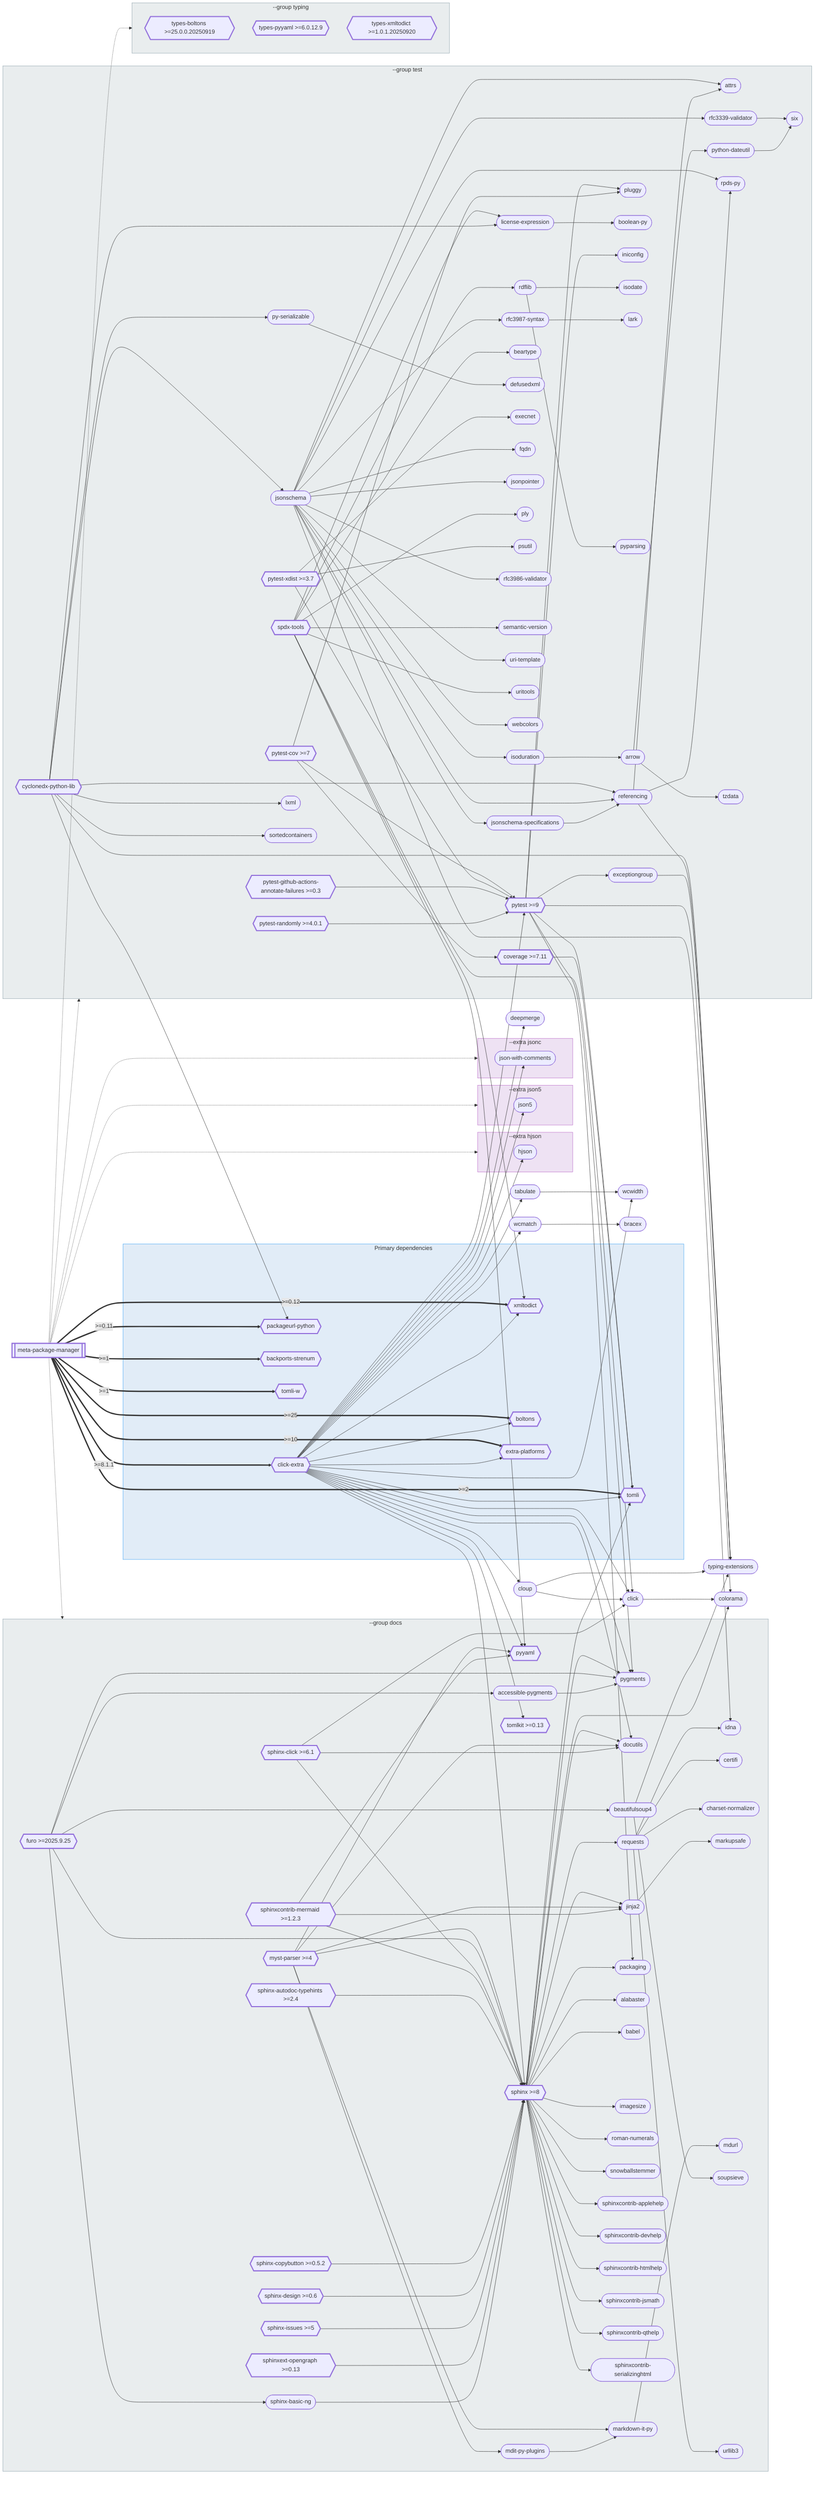
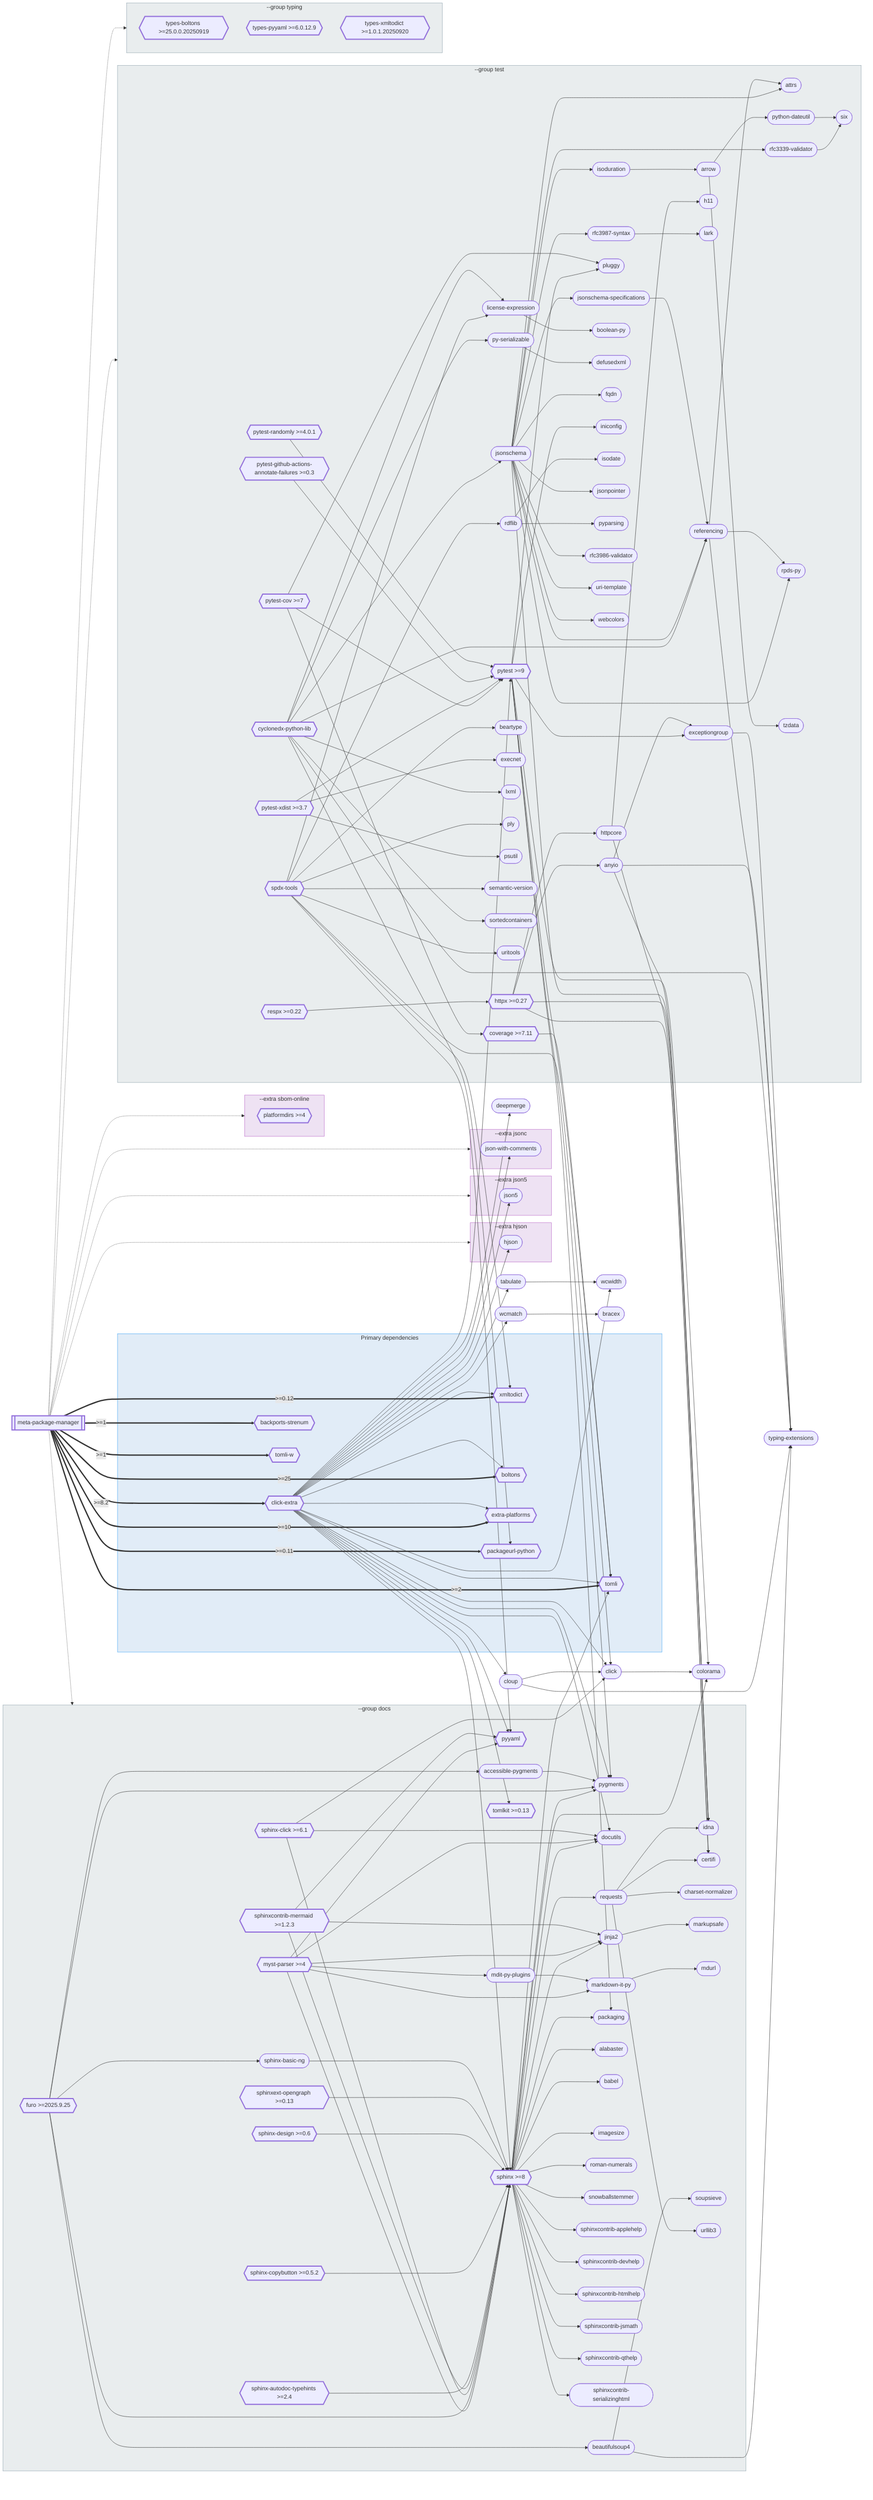
flowchart LR
    meta_package_manager[["`meta-package-manager`"]]

    subgraph primary-deps [Primary dependencies]
        click_extra{{"`click-extra`"}}
        tomli{{"`tomli`"}}
        xmltodict{{"`xmltodict`"}}
        boltons{{"`boltons`"}}
        extra_platforms{{"`extra-platforms`"}}
        packageurl_python{{"`packageurl-python`"}}
        backports_strenum{{"`backports-strenum`"}}
        tomli_w{{"`tomli-w`"}}
    end

+     typing_extensions(["`typing-extensions`"])
    click_0(["`click`"])
-     typing_extensions(["`typing-extensions`"])
    cloup(["`cloup`"])
    colorama(["`colorama`"])
    tabulate(["`tabulate`"])
    wcmatch(["`wcmatch`"])
    wcwidth(["`wcwidth`"])
    bracex(["`bracex`"])
    deepmerge(["`deepmerge`"])

    subgraph ext_hjson [--extra hjson]
        hjson(["`hjson`"])
    end

    subgraph ext_json5 [--extra json5]
        json5(["`json5`"])
    end

    subgraph ext_jsonc [--extra jsonc]
        json_with_comments(["`json-with-comments`"])
+     end
+ 
+     subgraph ext_sbom-online [--extra sbom-online]
+         platformdirs{{"`platformdirs >=4`"}}
    end

    subgraph grp_docs [--group docs]
        sphinx{{"`sphinx >=8`"}}
        myst_parser{{"`myst-parser >=4`"}}
        furo{{"`furo >=2025.9.25`"}}
        pygments(["`pygments`"])
        pyyaml{{"`pyyaml`"}}
        requests(["`requests`"])
        docutils(["`docutils`"])
+         idna(["`idna`"])
        jinja2(["`jinja2`"])
        sphinx_click{{"`sphinx-click >=6.1`"}}
        sphinxcontrib_mermaid{{"`sphinxcontrib-mermaid >=1.2.3`"}}
        beautifulsoup4(["`beautifulsoup4`"])
+         certifi(["`certifi`"])
        markdown_it_py(["`markdown-it-py`"])
        accessible_pygments(["`accessible-pygments`"])
-         idna(["`idna`"])
        mdit_py_plugins(["`mdit-py-plugins`"])
        packaging(["`packaging`"])
        sphinx_autodoc_typehints{{"`sphinx-autodoc-typehints >=2.4`"}}
        sphinx_basic_ng(["`sphinx-basic-ng`"])
        sphinx_copybutton{{"`sphinx-copybutton >=0.5.2`"}}
        sphinx_design{{"`sphinx-design >=0.6`"}}
-         sphinx_issues{{"`sphinx-issues >=5`"}}
        sphinxext_opengraph{{"`sphinxext-opengraph >=0.13`"}}
        tomlkit{{"`tomlkit >=0.13`"}}
        alabaster(["`alabaster`"])
        babel(["`babel`"])
-         certifi(["`certifi`"])
        charset_normalizer(["`charset-normalizer`"])
        imagesize(["`imagesize`"])
        markupsafe(["`markupsafe`"])
        mdurl(["`mdurl`"])
        roman_numerals(["`roman-numerals`"])
        snowballstemmer(["`snowballstemmer`"])
        soupsieve(["`soupsieve`"])
        sphinxcontrib_applehelp(["`sphinxcontrib-applehelp`"])
        sphinxcontrib_devhelp(["`sphinxcontrib-devhelp`"])
        sphinxcontrib_htmlhelp(["`sphinxcontrib-htmlhelp`"])
        sphinxcontrib_jsmath(["`sphinxcontrib-jsmath`"])
        sphinxcontrib_qthelp(["`sphinxcontrib-qthelp`"])
        sphinxcontrib_serializinghtml(["`sphinxcontrib-serializinghtml`"])
        urllib3(["`urllib3`"])
    end

    subgraph grp_test [--group test]
        jsonschema(["`jsonschema`"])
        pytest{{"`pytest >=9`"}}
        spdx_tools{{"`spdx-tools`"}}
        cyclonedx_python_lib{{"`cyclonedx-python-lib`"}}
+         httpx{{"`httpx >=0.27`"}}
        referencing(["`referencing`"])
+         anyio(["`anyio`"])
        pytest_cov{{"`pytest-cov >=7`"}}
        pytest_xdist{{"`pytest-xdist >=3.7`"}}
        arrow(["`arrow`"])
        coverage{{"`coverage >=7.11`"}}
+         exceptiongroup(["`exceptiongroup`"])
+         httpcore(["`httpcore`"])
        license_expression(["`license-expression`"])
        rdflib(["`rdflib`"])
        attrs(["`attrs`"])
-         exceptiongroup(["`exceptiongroup`"])
        isoduration(["`isoduration`"])
        jsonschema_specifications(["`jsonschema-specifications`"])
        pluggy(["`pluggy`"])
        py_serializable(["`py-serializable`"])
        pytest_github_actions_annotate_failures{{"`pytest-github-actions-annotate-failures >=0.3`"}}
        pytest_randomly{{"`pytest-randomly >=4.0.1`"}}
        python_dateutil(["`python-dateutil`"])
+         respx{{"`respx >=0.22`"}}
        rfc3339_validator(["`rfc3339-validator`"])
        rfc3987_syntax(["`rfc3987-syntax`"])
        rpds_py(["`rpds-py`"])
        six(["`six`"])
        beartype(["`beartype`"])
        boolean_py(["`boolean-py`"])
        defusedxml(["`defusedxml`"])
        execnet(["`execnet`"])
        fqdn(["`fqdn`"])
+         h11(["`h11`"])
        iniconfig(["`iniconfig`"])
        isodate(["`isodate`"])
        jsonpointer(["`jsonpointer`"])
        lark(["`lark`"])
        lxml(["`lxml`"])
        ply(["`ply`"])
        psutil(["`psutil`"])
        pyparsing(["`pyparsing`"])
        rfc3986_validator(["`rfc3986-validator`"])
        semantic_version(["`semantic-version`"])
        sortedcontainers(["`sortedcontainers`"])
        tzdata(["`tzdata`"])
        uri_template(["`uri-template`"])
        uritools(["`uritools`"])
        webcolors(["`webcolors`"])
    end

    subgraph grp_typing [--group typing]
        types_boltons{{"`types-boltons >=25.0.0.20250919`"}}
        types_pyyaml{{"`types-pyyaml >=6.0.12.9`"}}
        types_xmltodict{{"`types-xmltodict >=1.0.1.20250920`"}}
    end

-     meta_package_manager ==>|" >=8.1.1 "| click_extra
+     meta_package_manager ==>|" >=8.2 "| click_extra
    meta_package_manager ==>|" >=2 "| tomli
    meta_package_manager ==>|" >=0.12 "| xmltodict
    meta_package_manager ==>|" >=25 "| boltons
    meta_package_manager ==>|" >=10 "| extra_platforms
    meta_package_manager ==>|" >=0.11 "| packageurl_python
    meta_package_manager ==>|" >=1 "| backports_strenum
    meta_package_manager ==>|" >=1 "| tomli_w
    sphinx --> pygments
    sphinx --> requests
    sphinx --> tomli
    sphinx --> docutils
    sphinx --> jinja2
    sphinx --> colorama
    sphinx --> packaging
    sphinx --> alabaster
    sphinx --> babel
    sphinx --> imagesize
    sphinx --> roman_numerals
    sphinx --> snowballstemmer
    sphinx --> sphinxcontrib_applehelp
    sphinx --> sphinxcontrib_devhelp
    sphinx --> sphinxcontrib_htmlhelp
    sphinx --> sphinxcontrib_jsmath
    sphinx --> sphinxcontrib_qthelp
    sphinx --> sphinxcontrib_serializinghtml
    click_extra --> sphinx
    click_extra --> pytest
    click_extra --> click_0
    click_extra --> pygments
    click_extra --> pyyaml
    click_extra --> tomli
    click_extra --> docutils
    click_extra --> cloup
    click_extra --> xmltodict
    click_extra --> boltons
    click_extra --> extra_platforms
    click_extra --> hjson
    click_extra --> json_with_comments
    click_extra --> json5
    click_extra --> tabulate
    click_extra --> tomlkit
    click_extra --> wcmatch
    click_extra --> wcwidth
    click_extra --> deepmerge
    pytest --> pygments
    pytest --> tomli
    pytest --> colorama
    pytest --> exceptiongroup
    pytest --> packaging
    pytest --> pluggy
    pytest --> iniconfig
    spdx_tools --> click_0
    spdx_tools --> pyyaml
    spdx_tools --> license_expression
    spdx_tools --> rdflib
    spdx_tools --> xmltodict
    spdx_tools --> beartype
    spdx_tools --> ply
    spdx_tools --> semantic_version
    spdx_tools --> uritools
    cyclonedx_python_lib --> jsonschema
    cyclonedx_python_lib --> referencing
    cyclonedx_python_lib --> typing_extensions
    cyclonedx_python_lib --> license_expression
    cyclonedx_python_lib --> packageurl_python
    cyclonedx_python_lib --> py_serializable
    cyclonedx_python_lib --> lxml
    cyclonedx_python_lib --> sortedcontainers
    myst_parser --> sphinx
    myst_parser --> pyyaml
    myst_parser --> docutils
    myst_parser --> jinja2
    myst_parser --> markdown_it_py
    myst_parser --> mdit_py_plugins
    furo --> sphinx
    furo --> pygments
    furo --> beautifulsoup4
    furo --> accessible_pygments
    furo --> sphinx_basic_ng
+     httpx --> anyio
+     httpx --> idna
+     httpx --> certifi
+     httpx --> httpcore
    pytest_cov --> pytest
    pytest_cov --> coverage
    pytest_cov --> pluggy
    pytest_xdist --> pytest
    pytest_xdist --> execnet
    pytest_xdist --> psutil
    sphinx_click --> sphinx
    sphinx_click --> click_0
    sphinx_click --> docutils
    sphinxcontrib_mermaid --> sphinx
    sphinxcontrib_mermaid --> pyyaml
    sphinxcontrib_mermaid --> jinja2
    coverage --> tomli
    pytest_github_actions_annotate_failures --> pytest
    pytest_randomly --> pytest
+     respx --> httpx
    sphinx_autodoc_typehints --> sphinx
    sphinx_copybutton --> sphinx
    sphinx_design --> sphinx
-     sphinx_issues --> sphinx
    sphinxext_opengraph --> sphinx
    jsonschema --> referencing
+     jsonschema --> idna
    jsonschema --> attrs
-     jsonschema --> idna
    jsonschema --> isoduration
    jsonschema --> jsonschema_specifications
    jsonschema --> rfc3339_validator
    jsonschema --> rfc3987_syntax
    jsonschema --> rpds_py
    jsonschema --> fqdn
    jsonschema --> jsonpointer
    jsonschema --> rfc3986_validator
    jsonschema --> uri_template
    jsonschema --> webcolors
    referencing --> typing_extensions
    referencing --> attrs
    referencing --> rpds_py
    click_0 --> colorama
    requests --> idna
    requests --> certifi
    requests --> charset_normalizer
    requests --> urllib3
+     anyio --> typing_extensions
+     anyio --> idna
+     anyio --> exceptiongroup
    jinja2 --> markupsafe
    beautifulsoup4 --> typing_extensions
    beautifulsoup4 --> soupsieve
+     cloup --> typing_extensions
    cloup --> click_0
-     cloup --> typing_extensions
+     exceptiongroup --> typing_extensions
+     httpcore --> certifi
+     httpcore --> h11
    license_expression --> boolean_py
    markdown_it_py --> mdurl
    rdflib --> isodate
    rdflib --> pyparsing
    accessible_pygments --> pygments
-     exceptiongroup --> typing_extensions
    mdit_py_plugins --> markdown_it_py
    py_serializable --> defusedxml
    sphinx_basic_ng --> sphinx
    tabulate --> wcwidth
    wcmatch --> bracex
    isoduration --> arrow
    jsonschema_specifications --> referencing
    rfc3339_validator --> six
    rfc3987_syntax --> lark
    arrow --> python_dateutil
    arrow --> tzdata
    python_dateutil --> six
    meta_package_manager -.-> ext_hjson
    meta_package_manager -.-> ext_json5
    meta_package_manager -.-> ext_jsonc
+     meta_package_manager -.-> ext_sbom-online
    meta_package_manager -.-> grp_docs
    meta_package_manager -.-> grp_test
    meta_package_manager -.-> grp_typing

    click accessible_pygments "https://pypi.org/project/accessible-pygments/" _blank
    click alabaster "https://pypi.org/project/alabaster/" _blank
+     click anyio "https://pypi.org/project/anyio/" _blank
    click arrow "https://pypi.org/project/arrow/" _blank
    click attrs "https://pypi.org/project/attrs/" _blank
    click babel "https://pypi.org/project/babel/" _blank
    click backports_strenum "https://pypi.org/project/backports-strenum/" _blank
    click beartype "https://pypi.org/project/beartype/" _blank
    click beautifulsoup4 "https://pypi.org/project/beautifulsoup4/" _blank
    click boltons "https://pypi.org/project/boltons/" _blank
    click boolean_py "https://pypi.org/project/boolean-py/" _blank
    click bracex "https://pypi.org/project/bracex/" _blank
    click certifi "https://pypi.org/project/certifi/" _blank
    click charset_normalizer "https://pypi.org/project/charset-normalizer/" _blank
    click click_0 "https://pypi.org/project/click/" _blank
    click click_extra "https://pypi.org/project/click-extra/" _blank
    click cloup "https://pypi.org/project/cloup/" _blank
    click colorama "https://pypi.org/project/colorama/" _blank
    click coverage "https://pypi.org/project/coverage/" _blank
    click cyclonedx_python_lib "https://pypi.org/project/cyclonedx-python-lib/" _blank
    click deepmerge "https://pypi.org/project/deepmerge/" _blank
    click defusedxml "https://pypi.org/project/defusedxml/" _blank
    click docutils "https://pypi.org/project/docutils/" _blank
    click exceptiongroup "https://pypi.org/project/exceptiongroup/" _blank
    click execnet "https://pypi.org/project/execnet/" _blank
    click extra_platforms "https://pypi.org/project/extra-platforms/" _blank
    click fqdn "https://pypi.org/project/fqdn/" _blank
    click furo "https://pypi.org/project/furo/" _blank
+     click h11 "https://pypi.org/project/h11/" _blank
    click hjson "https://pypi.org/project/hjson/" _blank
+     click httpcore "https://pypi.org/project/httpcore/" _blank
+     click httpx "https://pypi.org/project/httpx/" _blank
    click idna "https://pypi.org/project/idna/" _blank
    click imagesize "https://pypi.org/project/imagesize/" _blank
    click iniconfig "https://pypi.org/project/iniconfig/" _blank
    click isodate "https://pypi.org/project/isodate/" _blank
    click isoduration "https://pypi.org/project/isoduration/" _blank
    click jinja2 "https://pypi.org/project/jinja2/" _blank
    click json_with_comments "https://pypi.org/project/json-with-comments/" _blank
    click json5 "https://pypi.org/project/json5/" _blank
    click jsonpointer "https://pypi.org/project/jsonpointer/" _blank
    click jsonschema "https://pypi.org/project/jsonschema/" _blank
    click jsonschema_specifications "https://pypi.org/project/jsonschema-specifications/" _blank
    click lark "https://pypi.org/project/lark/" _blank
    click license_expression "https://pypi.org/project/license-expression/" _blank
    click lxml "https://pypi.org/project/lxml/" _blank
    click markdown_it_py "https://pypi.org/project/markdown-it-py/" _blank
    click markupsafe "https://pypi.org/project/markupsafe/" _blank
    click mdit_py_plugins "https://pypi.org/project/mdit-py-plugins/" _blank
    click mdurl "https://pypi.org/project/mdurl/" _blank
    click meta_package_manager "https://pypi.org/project/meta-package-manager/" _blank
    click myst_parser "https://pypi.org/project/myst-parser/" _blank
    click packageurl_python "https://pypi.org/project/packageurl-python/" _blank
    click packaging "https://pypi.org/project/packaging/" _blank
+     click platformdirs "https://pypi.org/project/platformdirs/" _blank
    click pluggy "https://pypi.org/project/pluggy/" _blank
    click ply "https://pypi.org/project/ply/" _blank
    click psutil "https://pypi.org/project/psutil/" _blank
    click py_serializable "https://pypi.org/project/py-serializable/" _blank
    click pygments "https://pypi.org/project/pygments/" _blank
    click pyparsing "https://pypi.org/project/pyparsing/" _blank
    click pytest "https://pypi.org/project/pytest/" _blank
    click pytest_cov "https://pypi.org/project/pytest-cov/" _blank
    click pytest_github_actions_annotate_failures "https://pypi.org/project/pytest-github-actions-annotate-failures/" _blank
    click pytest_randomly "https://pypi.org/project/pytest-randomly/" _blank
    click pytest_xdist "https://pypi.org/project/pytest-xdist/" _blank
    click python_dateutil "https://pypi.org/project/python-dateutil/" _blank
    click pyyaml "https://pypi.org/project/pyyaml/" _blank
    click rdflib "https://pypi.org/project/rdflib/" _blank
    click referencing "https://pypi.org/project/referencing/" _blank
    click requests "https://pypi.org/project/requests/" _blank
+     click respx "https://pypi.org/project/respx/" _blank
    click rfc3339_validator "https://pypi.org/project/rfc3339-validator/" _blank
    click rfc3986_validator "https://pypi.org/project/rfc3986-validator/" _blank
    click rfc3987_syntax "https://pypi.org/project/rfc3987-syntax/" _blank
    click roman_numerals "https://pypi.org/project/roman-numerals/" _blank
    click rpds_py "https://pypi.org/project/rpds-py/" _blank
    click semantic_version "https://pypi.org/project/semantic-version/" _blank
    click six "https://pypi.org/project/six/" _blank
    click snowballstemmer "https://pypi.org/project/snowballstemmer/" _blank
    click sortedcontainers "https://pypi.org/project/sortedcontainers/" _blank
    click soupsieve "https://pypi.org/project/soupsieve/" _blank
    click spdx_tools "https://pypi.org/project/spdx-tools/" _blank
    click sphinx "https://pypi.org/project/sphinx/" _blank
    click sphinx_autodoc_typehints "https://pypi.org/project/sphinx-autodoc-typehints/" _blank
    click sphinx_basic_ng "https://pypi.org/project/sphinx-basic-ng/" _blank
    click sphinx_click "https://pypi.org/project/sphinx-click/" _blank
    click sphinx_copybutton "https://pypi.org/project/sphinx-copybutton/" _blank
    click sphinx_design "https://pypi.org/project/sphinx-design/" _blank
-     click sphinx_issues "https://pypi.org/project/sphinx-issues/" _blank
    click sphinxcontrib_applehelp "https://pypi.org/project/sphinxcontrib-applehelp/" _blank
    click sphinxcontrib_devhelp "https://pypi.org/project/sphinxcontrib-devhelp/" _blank
    click sphinxcontrib_htmlhelp "https://pypi.org/project/sphinxcontrib-htmlhelp/" _blank
    click sphinxcontrib_jsmath "https://pypi.org/project/sphinxcontrib-jsmath/" _blank
    click sphinxcontrib_mermaid "https://pypi.org/project/sphinxcontrib-mermaid/" _blank
    click sphinxcontrib_qthelp "https://pypi.org/project/sphinxcontrib-qthelp/" _blank
    click sphinxcontrib_serializinghtml "https://pypi.org/project/sphinxcontrib-serializinghtml/" _blank
    click sphinxext_opengraph "https://pypi.org/project/sphinxext-opengraph/" _blank
    click tabulate "https://pypi.org/project/tabulate/" _blank
    click tomli "https://pypi.org/project/tomli/" _blank
    click tomli_w "https://pypi.org/project/tomli-w/" _blank
    click tomlkit "https://pypi.org/project/tomlkit/" _blank
    click types_boltons "https://pypi.org/project/types-boltons/" _blank
    click types_pyyaml "https://pypi.org/project/types-pyyaml/" _blank
    click types_xmltodict "https://pypi.org/project/types-xmltodict/" _blank
    click typing_extensions "https://pypi.org/project/typing-extensions/" _blank
    click tzdata "https://pypi.org/project/tzdata/" _blank
    click uri_template "https://pypi.org/project/uri-template/" _blank
    click uritools "https://pypi.org/project/uritools/" _blank
    click urllib3 "https://pypi.org/project/urllib3/" _blank
    click wcmatch "https://pypi.org/project/wcmatch/" _blank
    click wcwidth "https://pypi.org/project/wcwidth/" _blank
    click webcolors "https://pypi.org/project/webcolors/" _blank
    click xmltodict "https://pypi.org/project/xmltodict/" _blank

    style meta_package_manager stroke-width:3px
    style backports_strenum stroke-width:3px
    style boltons stroke-width:3px
    style click_extra stroke-width:3px
    style coverage stroke-width:3px
    style cyclonedx_python_lib stroke-width:3px
    style extra_platforms stroke-width:3px
    style furo stroke-width:3px
+     style httpx stroke-width:3px
    style myst_parser stroke-width:3px
    style packageurl_python stroke-width:3px
+     style platformdirs stroke-width:3px
    style pytest stroke-width:3px
    style pytest_cov stroke-width:3px
    style pytest_github_actions_annotate_failures stroke-width:3px
    style pytest_randomly stroke-width:3px
    style pytest_xdist stroke-width:3px
    style pyyaml stroke-width:3px
+     style respx stroke-width:3px
    style spdx_tools stroke-width:3px
    style sphinx stroke-width:3px
    style sphinx_autodoc_typehints stroke-width:3px
    style sphinx_click stroke-width:3px
    style sphinx_copybutton stroke-width:3px
    style sphinx_design stroke-width:3px
-     style sphinx_issues stroke-width:3px
    style sphinxcontrib_mermaid stroke-width:3px
    style sphinxext_opengraph stroke-width:3px
    style tomli stroke-width:3px
    style tomli_w stroke-width:3px
    style tomlkit stroke-width:3px
    style types_boltons stroke-width:3px
    style types_pyyaml stroke-width:3px
    style types_xmltodict stroke-width:3px
    style xmltodict stroke-width:3px

    style primary-deps fill:#1565C020,stroke:#42A5F5
    style ext_hjson fill:#7B1FA220,stroke:#BA68C8
    style ext_json5 fill:#7B1FA220,stroke:#BA68C8
    style ext_jsonc fill:#7B1FA220,stroke:#BA68C8
+     style ext_sbom-online fill:#7B1FA220,stroke:#BA68C8
    style grp_docs fill:#546E7A20,stroke:#90A4AE
    style grp_test fill:#546E7A20,stroke:#90A4AE
    style grp_typing fill:#546E7A20,stroke:#90A4AE
